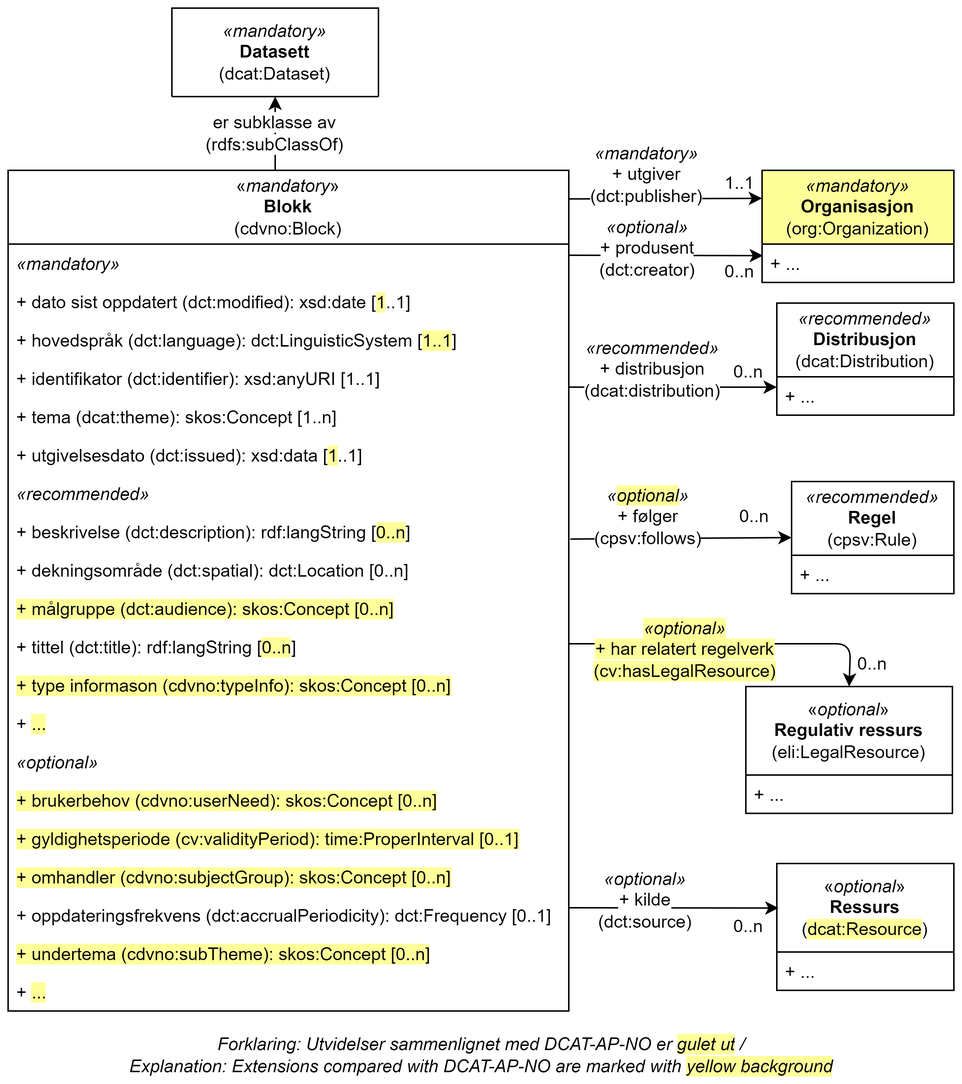
This is docs/images/cdvno-block.png from Informasjonsforvaltning/cdvno, a draw.io export, as it was before one commit. Source tidied: cells renumbered, new cells last; positions are measured from the earlier drawing's top-left corner, leaving out a move shared by most shapes.
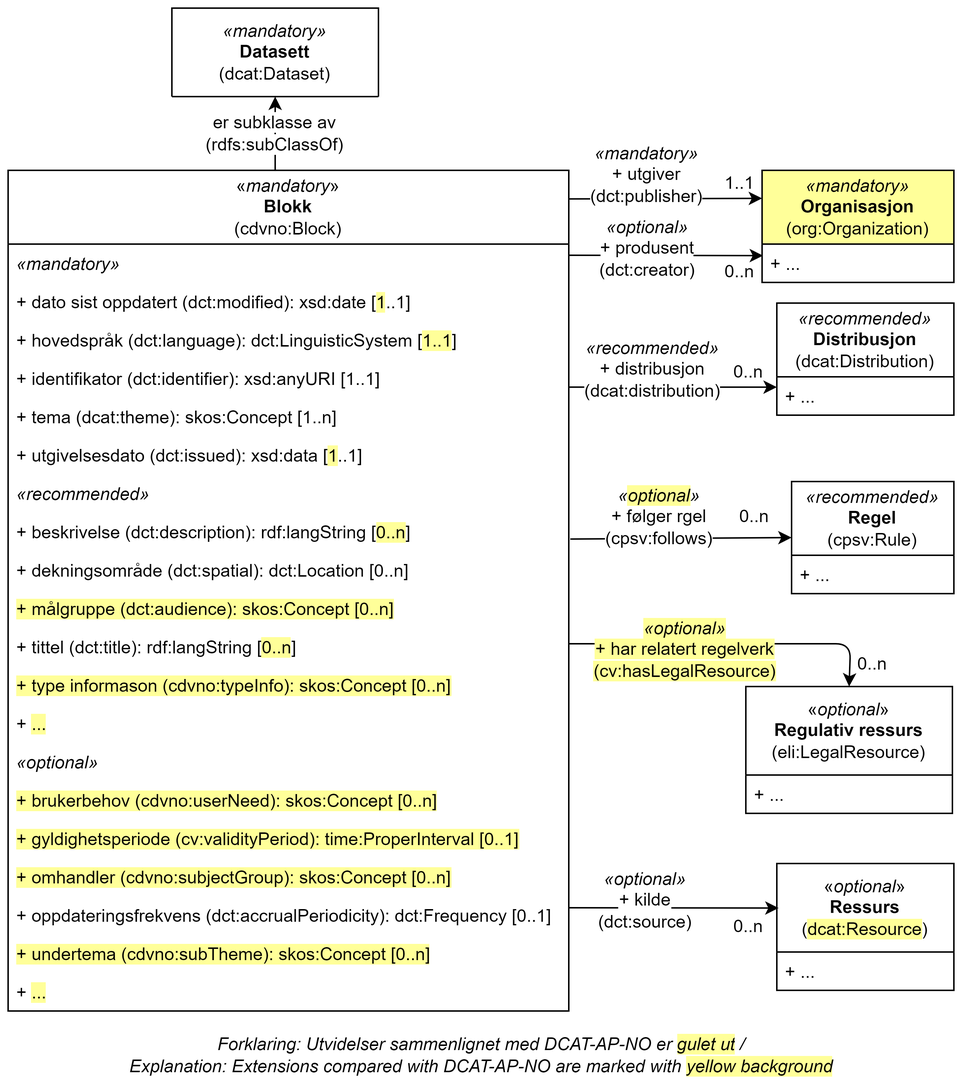
The same file after the commit.

Change to the diagram source:
```diff
@@ -128,8 +128,8 @@
         <mxPoint x="381" y="360" as="sourcePoint" />
       </mxGeometry>
     </mxCell>
-    <mxCell id="42" value="&lt;i style=&quot;border-color: var(--border-color);&quot;&gt;«&lt;span style=&quot;background-color: rgb(255, 255, 153);&quot;&gt;optional&lt;/span&gt;»&lt;br&gt;&lt;/i&gt;&lt;span style=&quot;background-color: rgb(255, 255, 255);&quot;&gt;+ følger&lt;br&gt;(cpsv:follows)&lt;/span&gt;" style="text;html=1;strokeColor=none;fillColor=none;align=center;verticalAlign=middle;whiteSpace=wrap;rounded=0;" parent="1" vertex="1">
-      <mxGeometry x="402" y="330" width="64" height="30" as="geometry" />
+    <mxCell id="42" value="&lt;i style=&quot;border-color: var(--border-color);&quot;&gt;«&lt;span style=&quot;background-color: rgb(255, 255, 153);&quot;&gt;optional&lt;/span&gt;»&lt;br&gt;&lt;/i&gt;&lt;span style=&quot;background-color: rgb(255, 255, 255);&quot;&gt;+ følger rgel&lt;br&gt;(cpsv:follows)&lt;/span&gt;" style="text;html=1;strokeColor=none;fillColor=none;align=center;verticalAlign=middle;whiteSpace=wrap;rounded=0;" parent="1" vertex="1">
+      <mxGeometry x="402" y="330" width="79" height="30" as="geometry" />
     </mxCell>
     <mxCell id="43" value="0..n" style="text;html=1;strokeColor=none;fillColor=none;align=center;verticalAlign=middle;whiteSpace=wrap;rounded=0;" parent="1" vertex="1">
       <mxGeometry x="491" y="330" width="30" height="30" as="geometry" />
```
